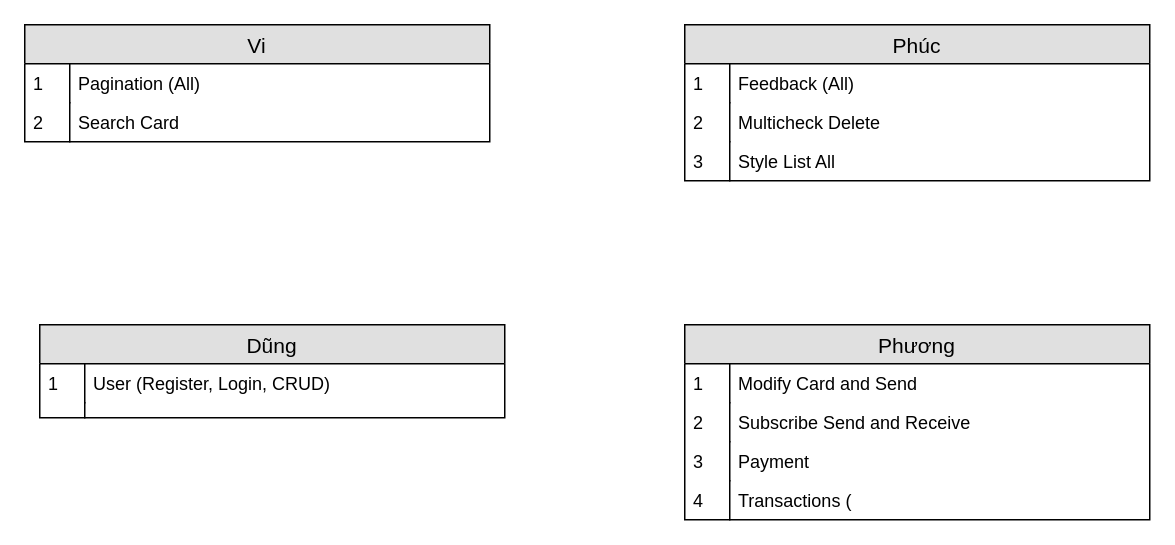
Above: page "Task Sheet" (9 of 9) of e-Greeting.drawio in duyphuong403/E-Greeting (draw.io), before the change. Source tidied: cells renumbered, new cells numbered last; positions are measured from the earlier drawing's top-left corner, leaving out a move shared by most shapes. Both pictures are drawn from the tidied source at 150%, with x=0, y=0 at pixel (24, 24).
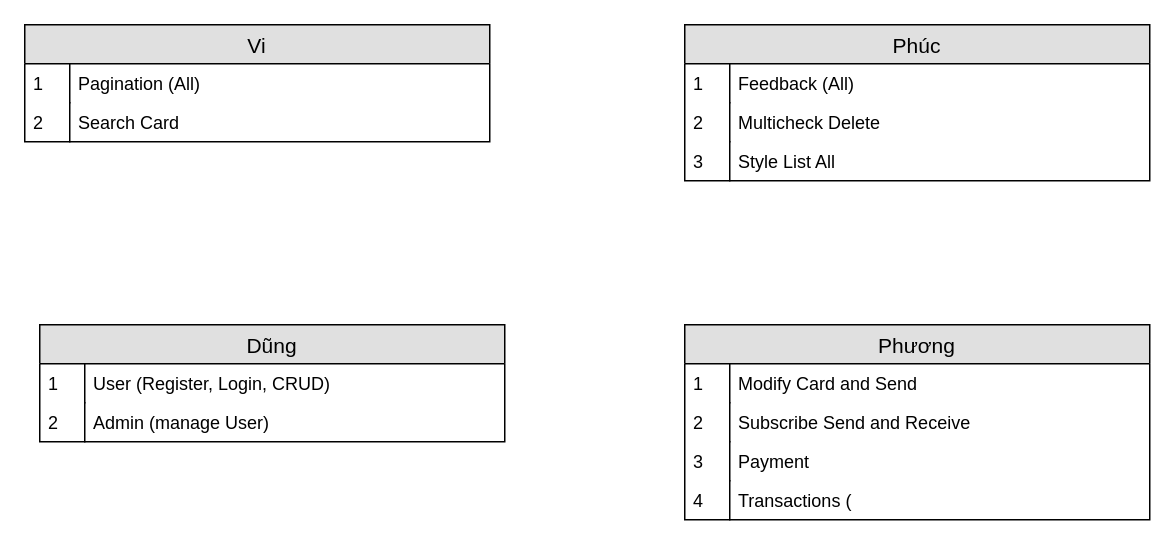
The same diagram, later.

Diff of the diagram source:
```diff
@@
     <mxCell id="14" value="Dũng" style="swimlane;fontStyle=0;horizontal=1;startSize=26;fillColor=#e0e0e0;swimlaneFillColor=#ffffff;align=center;fontSize=14;" parent="1" vertex="1">
-      <mxGeometry x="10" y="200" width="310" height="62" as="geometry" />
+      <mxGeometry x="10" y="200" width="310" height="78" as="geometry" />
     </mxCell>
@@
-    <mxCell id="17" style="shape=partialRectangle;top=0;left=0;right=0;bottom=0;align=left;verticalAlign=top;fillColor=none;spacingLeft=34;spacingRight=4;overflow=hidden;fontSize=12;" parent="14" vertex="1">
-      <mxGeometry y="52" width="310" height="10" as="geometry" />
-    </mxCell>
-    <mxCell id="18" style="shape=partialRectangle;top=0;left=0;bottom=0;fillColor=none;align=left;verticalAlign=top;spacingLeft=4;spacingRight=4;overflow=hidden;fontSize=12;" parent="17" vertex="1">
-      <mxGeometry width="30" height="10" as="geometry" />
-    </mxCell>
+    <mxCell id="28" value="Admin (manage User)" style="shape=partialRectangle;top=0;left=0;right=0;bottom=0;align=left;verticalAlign=top;fillColor=none;spacingLeft=34;spacingRight=4;overflow=hidden;fontSize=12;" parent="14" vertex="1">
+      <mxGeometry y="52" width="310" height="26" as="geometry" />
+    </mxCell>
+    <mxCell id="29" value="2" style="shape=partialRectangle;top=0;left=0;bottom=0;fillColor=none;align=left;verticalAlign=top;spacingLeft=4;spacingRight=4;overflow=hidden;fontSize=12;" parent="28" vertex="1">
+      <mxGeometry width="30" height="26" as="geometry" />
+    </mxCell>
```
